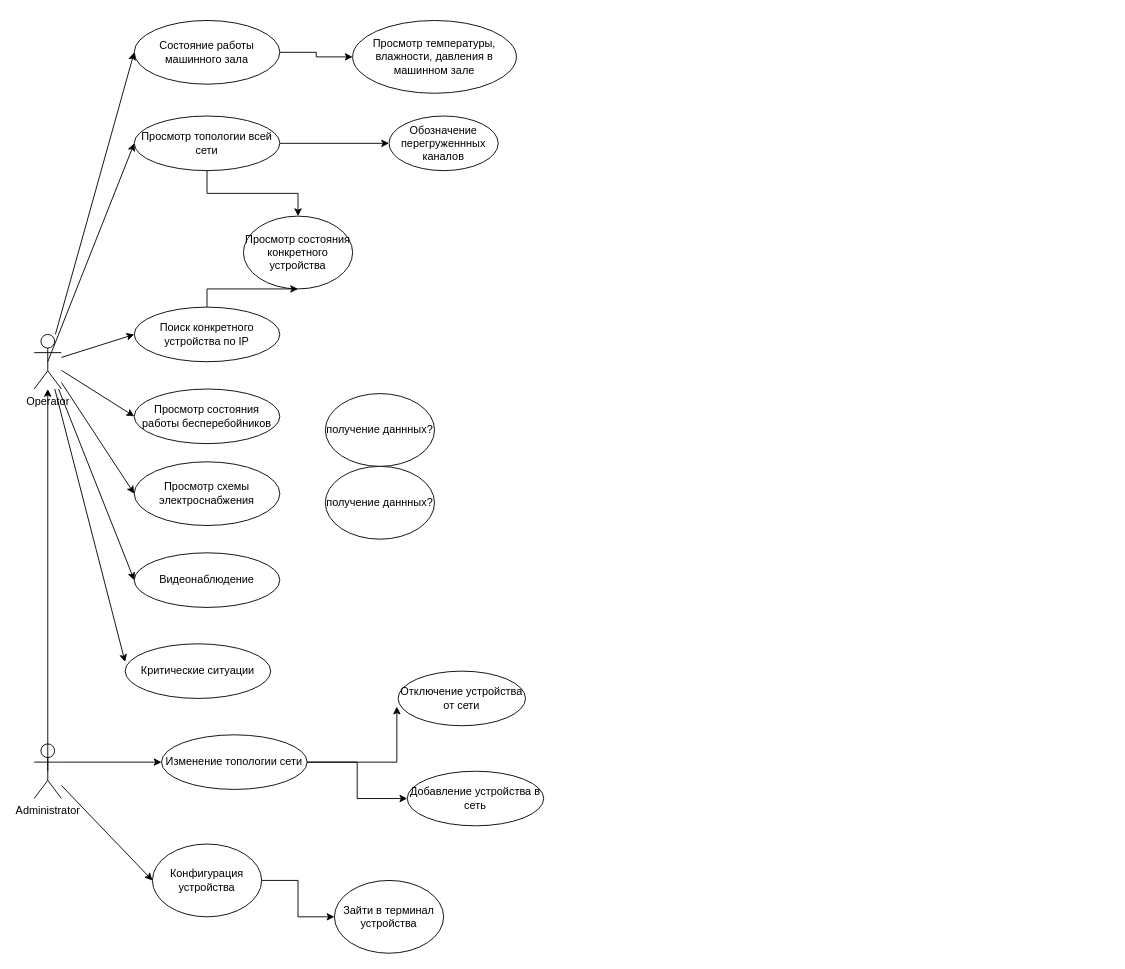
This is Untitled Diagram.drawio from sophiiako/unik, a draw.io file, before an edit. Source tidied: cells renumbered, new cells numbered last; positions are measured from the earlier drawing's top-left corner, leaving out a move shared by most shapes. Both pictures are drawn from the tidied source at 91%, with x=0, y=0 at pixel (34, 20).
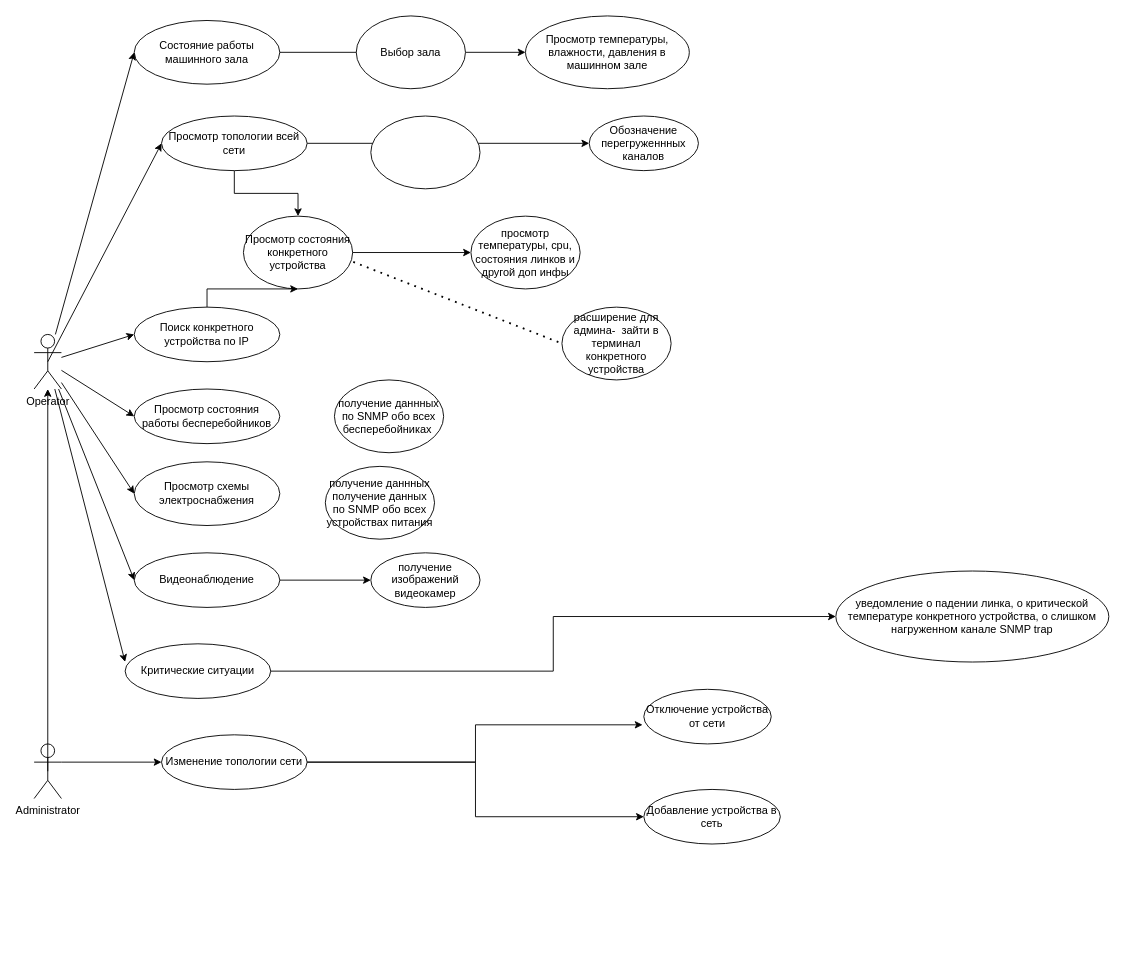
After the change.

The change refers to these unchanged cells:
```xml
<mxCell id="7" value="Критические ситуации" style="ellipse;whiteSpace=wrap;html=1;" parent="1" vertex="1">
  <mxGeometry x="100" y="685" width="160" height="60" as="geometry" />
</mxCell>
<mxCell id="10" value="Просмотр состояния конкретного устройства" style="ellipse;whiteSpace=wrap;html=1;" parent="1" vertex="1">
  <mxGeometry x="230" y="215" width="120" height="80" as="geometry" />
</mxCell>
<mxCell id="11" value="Видеонаблюдение" style="ellipse;whiteSpace=wrap;html=1;" parent="1" vertex="1">
  <mxGeometry x="110" y="585" width="160" height="60" as="geometry" />
</mxCell>
<mxCell id="13" value="Administrator" style="shape=umlActor;verticalLabelPosition=bottom;verticalAlign=top;html=1;outlineConnect=0;" parent="1" vertex="1">
  <mxGeometry y="795" width="30" height="60" as="geometry" />
</mxCell>
<mxCell id="16" value="Состояние работы машинного зала" style="ellipse;whiteSpace=wrap;html=1;" parent="1" vertex="1">
  <mxGeometry x="110" width="160" height="70" as="geometry" />
</mxCell>
```

Change to the diagram source:
```diff
@@
     <mxCell id="3" value="Просмотр температуры, влажности, давления в машинном зале" style="ellipse;whiteSpace=wrap;html=1;" parent="1" vertex="1">
-      <mxGeometry x="350" width="180" height="80" as="geometry" />
+      <mxGeometry x="540" y="-5" width="180" height="80" as="geometry" />
     </mxCell>
@@
     <mxCell id="6" value="Просмотр топологии всей сети" style="ellipse;whiteSpace=wrap;html=1;" parent="1" vertex="1">
-      <mxGeometry x="110" y="105" width="160" height="60" as="geometry" />
+      <mxGeometry x="140" y="105" width="160" height="60" as="geometry" />
     </mxCell>
+    <mxCell id="38" style="edgeStyle=orthogonalEdgeStyle;rounded=0;jettySize=auto;html=1;" parent="1" edge="1" source="7" target="46">
+      <mxGeometry relative="1" as="geometry" />
+    </mxCell>
@@
+    <mxCell id="39" style="edgeStyle=orthogonalEdgeStyle;rounded=0;jettySize=auto;html=1;" parent="1" edge="1" source="11" target="45">
+      <mxGeometry relative="1" as="geometry" />
+    </mxCell>
@@
     <mxCell id="12" value="Обозначение перегруженнных каналов" style="ellipse;whiteSpace=wrap;html=1;" parent="1" vertex="1">
-      <mxGeometry x="390" y="105" width="120" height="60" as="geometry" />
+      <mxGeometry x="610" y="105" width="120" height="60" as="geometry" />
     </mxCell>
@@
-    <mxCell id="15" style="edgeStyle=orthogonalEdgeStyle;rounded=0;jettySize=auto;html=1;" parent="1" edge="1" source="16" target="3">
-      <mxGeometry relative="1" as="geometry" />
-    </mxCell>
@@
     <mxCell id="21" value="Отключение устройства от сети" style="ellipse;whiteSpace=wrap;html=1;" parent="1" vertex="1">
-      <mxGeometry x="400" y="715" width="140" height="60" as="geometry" />
+      <mxGeometry x="670" y="735" width="140" height="60" as="geometry" />
     </mxCell>
     <mxCell id="22" value="Добавление устройства в сеть" style="ellipse;whiteSpace=wrap;html=1;" parent="1" vertex="1">
-      <mxGeometry x="410" y="825" width="150" height="60" as="geometry" />
+      <mxGeometry x="670" y="845" width="150" height="60" as="geometry" />
     </mxCell>
-    <mxCell id="23" style="edgeStyle=orthogonalEdgeStyle;rounded=0;jettySize=auto;html=1;" parent="1" edge="1" source="24" target="35">
-      <mxGeometry relative="1" as="geometry" />
-    </mxCell>
-    <mxCell id="24" value="Конфигурация устройства" style="ellipse;whiteSpace=wrap;html=1;" parent="1" vertex="1">
-      <mxGeometry x="130" y="905" width="120" height="80" as="geometry" />
-    </mxCell>
@@
-    <mxCell id="26" style="endArrow=classic;html=1;rounded=0;entryX=0;entryY=0.5;entryDx=0;entryDy=0;" parent="1" edge="1" source="13" target="24">
-      <mxGeometry relative="1" as="geometry" />
-    </mxCell>
@@
-    <mxCell id="35" value="Зайти в терминал устройства" style="ellipse;whiteSpace=wrap;html=1;" parent="1" vertex="1">
-      <mxGeometry x="330" y="945" width="120" height="80" as="geometry" />
-    </mxCell>
-    <mxCell id="36" value="получение даннных?" style="ellipse;whiteSpace=wrap;html=1;" parent="1" vertex="1">
+    <mxCell id="36" value="получение даннных получение данных по SNMP обо всех устройствах питания" style="ellipse;whiteSpace=wrap;html=1;" parent="1" vertex="1">
       <mxGeometry x="320" y="490" width="120" height="80" as="geometry" />
     </mxCell>
-    <mxCell id="37" value="получение даннных?" style="ellipse;whiteSpace=wrap;html=1;" parent="1" vertex="1">
-      <mxGeometry x="320" y="410" width="120" height="80" as="geometry" />
+    <mxCell id="37" value="получение даннных по SNMP обо всех бесперебойниках&amp;nbsp;" style="ellipse;whiteSpace=wrap;html=1;" parent="1" vertex="1">
+      <mxGeometry x="330" y="395" width="120" height="80" as="geometry" />
     </mxCell>
+    <mxCell id="40" style="edgeStyle=orthogonalEdgeStyle;rounded=0;jettySize=auto;html=1;" parent="1" edge="1" source="41" target="3">
+      <mxGeometry relative="1" as="geometry" />
+    </mxCell>
+    <mxCell id="41" value="Выбор зала" style="ellipse;whiteSpace=wrap;html=1;" parent="1" vertex="1">
+      <mxGeometry x="354" y="-5" width="120" height="80" as="geometry" />
+    </mxCell>
+    <mxCell id="42" style="edgeStyle=orthogonalEdgeStyle;rounded=0;jettySize=auto;html=1;endArrow=none;" parent="1" edge="1" source="16" target="41">
+      <mxGeometry relative="1" as="geometry" />
+    </mxCell>
+    <mxCell id="43" style="ellipse;whiteSpace=wrap;html=1;" parent="1" vertex="1">
+      <mxGeometry x="370" y="105" width="120" height="80" as="geometry" />
+    </mxCell>
+    <mxCell id="44" value="просмотр температуры, cpu, состояния линков и другой доп инфы" style="ellipse;whiteSpace=wrap;html=1;" parent="1" vertex="1">
+      <mxGeometry x="480" y="215" width="120" height="80" as="geometry" />
+    </mxCell>
+    <mxCell id="45" value="получение изображений видеокамер" style="ellipse;whiteSpace=wrap;html=1;" parent="1" vertex="1">
+      <mxGeometry x="370" y="585" width="120" height="60" as="geometry" />
+    </mxCell>
+    <mxCell id="46" value="уведомление о падении линка, о критической температуре конкретного устройства, о слишком нагруженном канале SNMP trap" style="ellipse;whiteSpace=wrap;html=1;" parent="1" vertex="1">
+      <mxGeometry x="881" y="605" width="300" height="100" as="geometry" />
+    </mxCell>
+    <mxCell id="47" style="endArrow=classic;html=1;rounded=0;exitX=1;exitY=0.5;exitDx=0;exitDy=0;entryX=0;entryY=0.5;entryDx=0;entryDy=0;" parent="1" edge="1" source="10" target="44">
+      <mxGeometry relative="1" as="geometry" />
+    </mxCell>
+    <mxCell id="48" style="endArrow=none;dashed=1;html=1;dashPattern=1 3;strokeWidth=2;rounded=0;exitX=1.006;exitY=0.629;exitDx=0;exitDy=0;exitPerimeter=0;entryX=0;entryY=0.5;entryDx=0;entryDy=0;" parent="1" edge="1" source="10" target="49">
+      <mxGeometry relative="1" as="geometry" />
+    </mxCell>
+    <mxCell id="49" value="расширение для админа-&amp;nbsp; зайти в терминал конкретного устройства" style="ellipse;whiteSpace=wrap;html=1;" parent="1" vertex="1">
+      <mxGeometry x="580" y="315" width="120" height="80" as="geometry" />
+    </mxCell>
```
